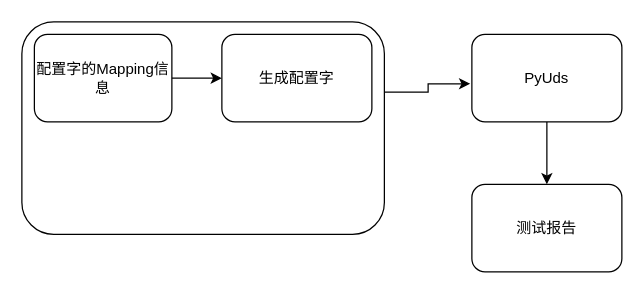
woshitanwang/pics_procdure keeps this draw.io diagram as CarCfgTest_01.drawio. Above is the earlier version. Source tidied: cells renumbered, new cells numbered last; positions are measured from the earlier drawing's top-left corner, leaving out a move shared by most shapes. Both pictures are drawn from the tidied source at 125%, with x=0, y=0 at pixel (21, 21).
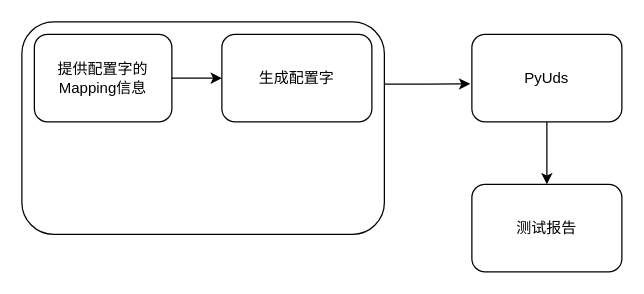
After the change.

What changed in the source:
```diff
@@
 <mxGraphModel>
   <root>
     <mxCell id="0" />
     <mxCell id="1" parent="0" />
     <mxCell id="2" value="PyUds" style="rounded=1;whiteSpace=wrap;html=1;" parent="1" vertex="1">
       <mxGeometry x="360" y="10" width="120" height="70" as="geometry" />
     </mxCell>
     <mxCell id="3" value="测试报告" style="rounded=1;whiteSpace=wrap;html=1;" parent="1" vertex="1">
       <mxGeometry x="360" y="130" width="120" height="70" as="geometry" />
     </mxCell>
-    <mxCell id="4" style="edgeStyle=orthogonalEdgeStyle;rounded=0;jettySize=auto;html=1;entryX=-0.011;entryY=0.565;entryDx=0;entryDy=0;entryPerimeter=0;exitX=0.997;exitY=0.33;exitDx=0;exitDy=0;exitPerimeter=0;" parent="1" edge="1" source="5" target="2">
+    <mxCell id="4" style="edgeStyle=orthogonalEdgeStyle;rounded=0;jettySize=auto;html=1;entryX=-0.011;entryY=0.565;entryDx=0;entryDy=0;entryPerimeter=0;exitX=0.998;exitY=0.293;exitDx=0;exitDy=0;exitPerimeter=0;" parent="1" edge="1" source="5" target="2">
       <mxGeometry relative="1" as="geometry" />
     </mxCell>
     <mxCell id="5" style="rounded=1;whiteSpace=wrap;html=1;" parent="1" vertex="1">
       <mxGeometry width="290" height="170" as="geometry" />
     </mxCell>
-    <mxCell id="6" value="配置字的Mapping信息" style="rounded=1;whiteSpace=wrap;html=1;" parent="1" vertex="1">
+    <mxCell id="6" value="提供配置字的Mapping信息" style="rounded=1;whiteSpace=wrap;html=1;" parent="1" vertex="1">
       <mxGeometry x="10" y="10" width="110" height="70" as="geometry" />
     </mxCell>
     <mxCell id="7" value="生成配置字" style="rounded=1;whiteSpace=wrap;html=1;" parent="1" vertex="1">
       <mxGeometry x="160" y="10" width="120" height="70" as="geometry" />
     </mxCell>
     <mxCell id="8" style="endArrow=classic;html=1;rounded=0;entryX=0;entryY=0.5;entryDx=0;entryDy=0;exitX=1;exitY=0.5;exitDx=0;exitDy=0;" parent="1" edge="1" source="6" target="7">
       <mxGeometry relative="1" as="geometry" />
     </mxCell>
     <mxCell id="9" style="endArrow=classic;html=1;rounded=0;entryX=0.5;entryY=0;entryDx=0;entryDy=0;exitX=0.5;exitY=1;exitDx=0;exitDy=0;" parent="1" edge="1" source="2" target="3">
       <mxGeometry relative="1" as="geometry" />
     </mxCell>
   </root>
 </mxGraphModel>
```
